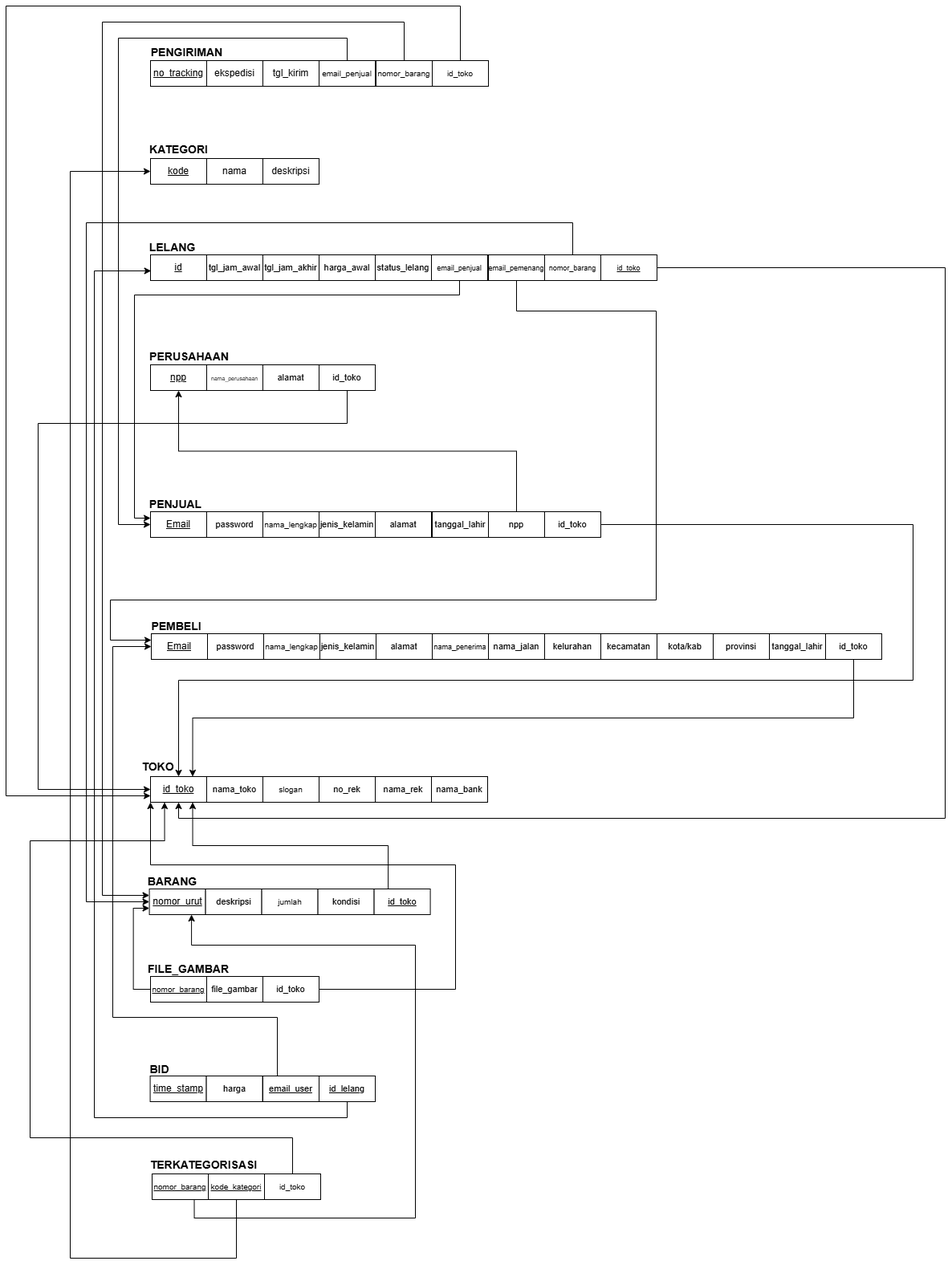
Earlier version of the draw.io export ti2_basdat.drawio.png (anthef/anthef). Source tidied: cells renumbered, new cells last; positions are measured from the earlier drawing's top-left corner, leaving out a move shared by most shapes.
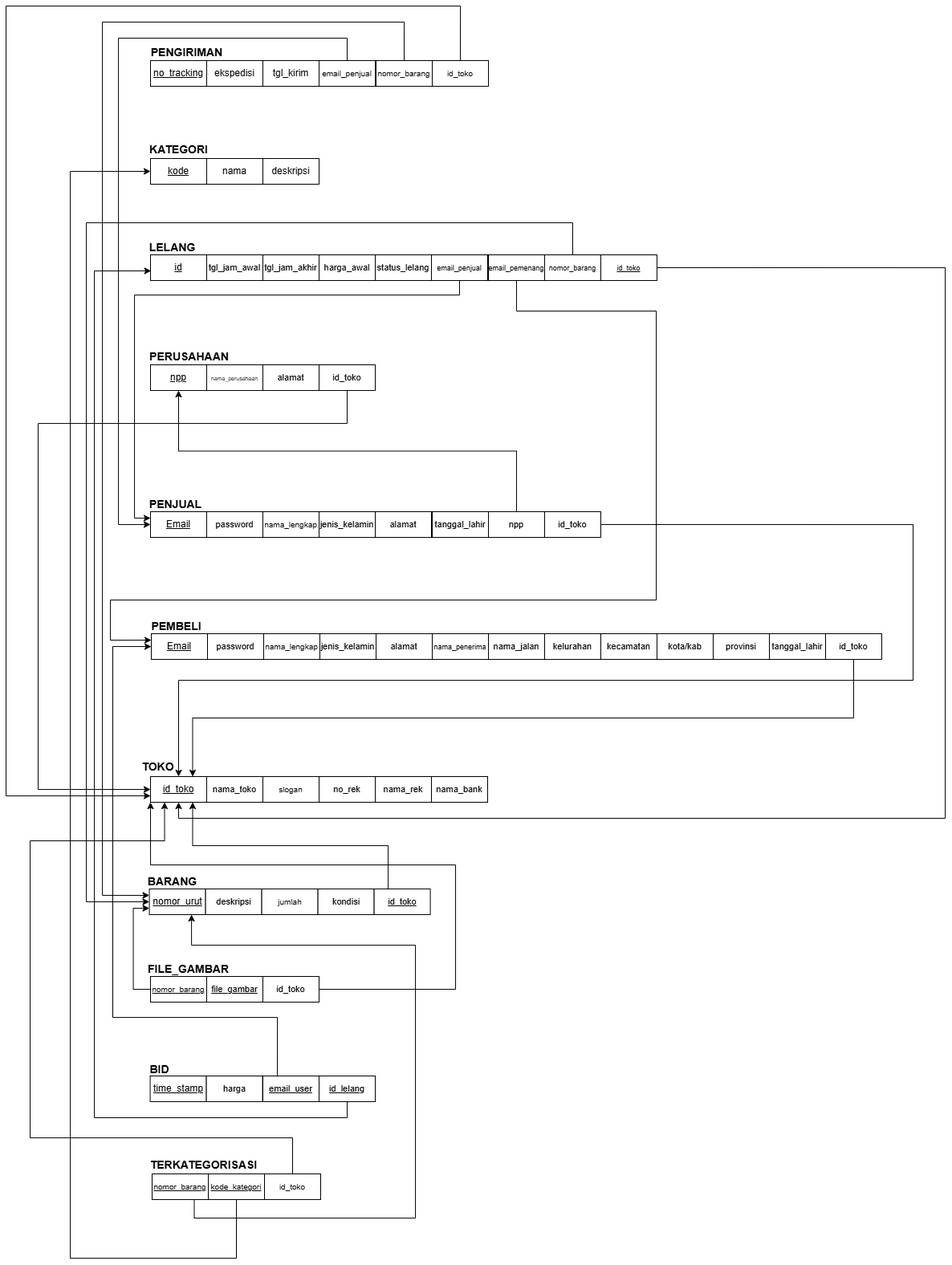
Above is the later version.

Diff of the diagram source:
```diff
@@ -218,7 +218,7 @@
     <mxCell id="73" value="&lt;u&gt;&lt;font style=&quot;font-size: 10px;&quot;&gt;nomor_barang&lt;/font&gt;&lt;/u&gt;" style="rounded=0;whiteSpace=wrap;html=1;" parent="71" vertex="1">
       <mxGeometry x="13" y="24" width="70" height="32" as="geometry" />
     </mxCell>
-    <mxCell id="74" value="&lt;span style=&quot;font-size: 11px;&quot;&gt;file_gambar&lt;/span&gt;" style="rounded=0;whiteSpace=wrap;html=1;" parent="71" vertex="1">
+    <mxCell id="74" value="&lt;span style=&quot;font-size: 11px;&quot;&gt;&lt;u&gt;file_gambar&lt;/u&gt;&lt;/span&gt;" style="rounded=0;whiteSpace=wrap;html=1;" parent="71" vertex="1">
       <mxGeometry x="83" y="24" width="70" height="32" as="geometry" />
     </mxCell>
     <mxCell id="75" style="edgeStyle=orthogonalEdgeStyle;rounded=0;jettySize=auto;html=1;exitX=0.5;exitY=0;exitDx=0;exitDy=0;entryX=0;entryY=0.5;entryDx=0;entryDy=0;" parent="1" edge="1" target="37">
```
